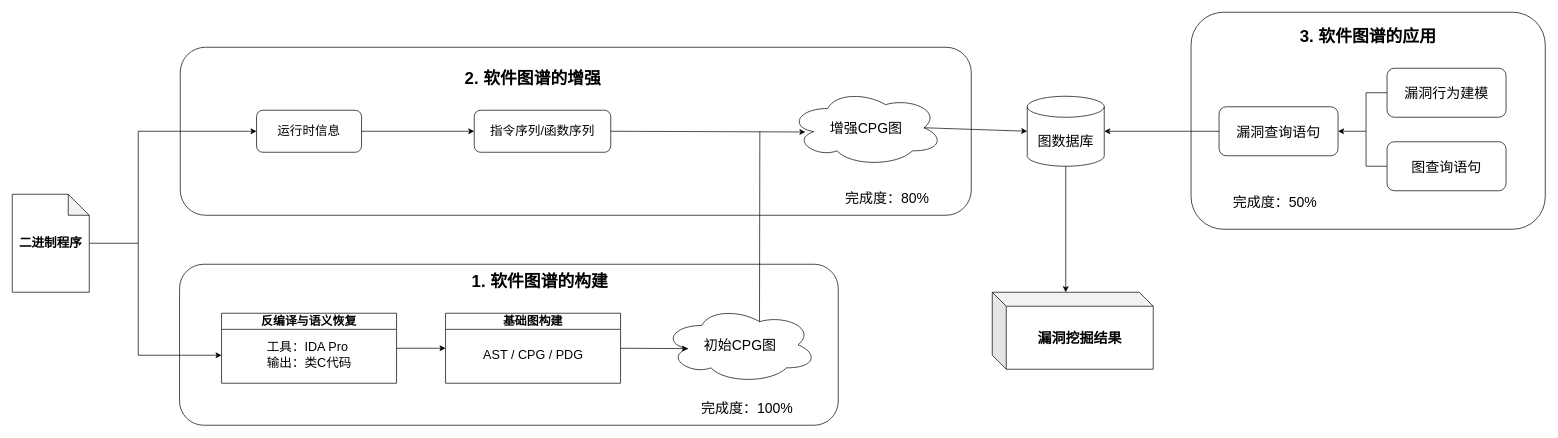
This is MindMap/硕士毕设系统框架-中期.drawio from hourhl/Draw-io, a draw.io file, before an edit. Source tidied: cells renumbered, new cells numbered last; positions are measured from the earlier drawing's top-left corner, leaving out a move shared by most shapes. Both pictures are drawn from the tidied source at 70%, with x=0, y=0 at pixel (12, 12).
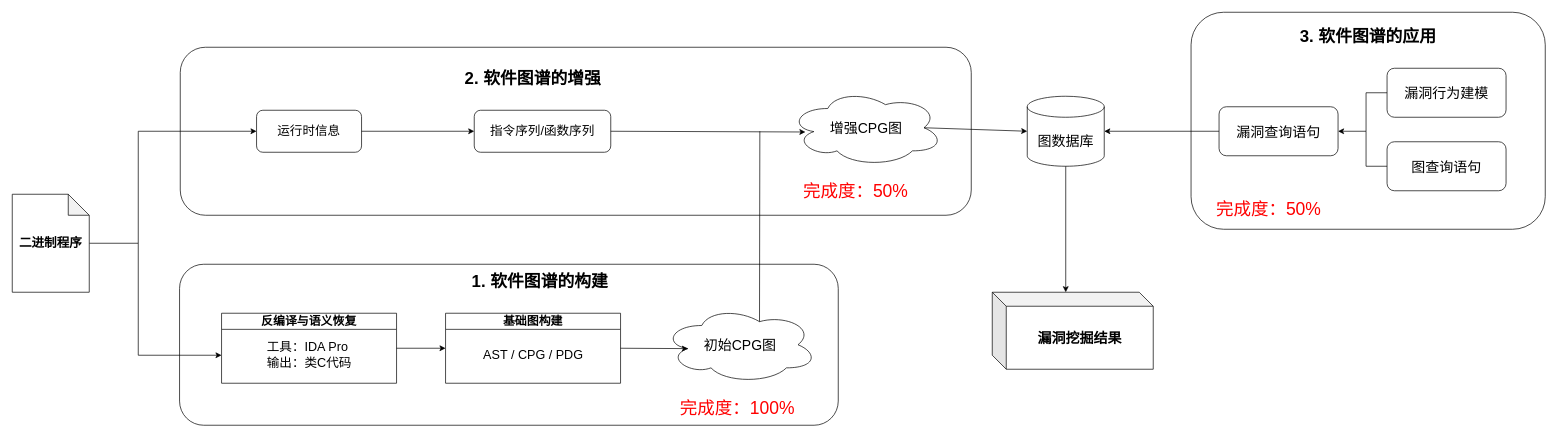
Above is the later version.

Commit message:
更新硕士毕设系统框架-中期.drawio

Change to the diagram source:
```diff
@@
-    <mxCell id="34" value="&lt;font style=&quot;font-size: 20px;&quot;&gt;完成度：100%&lt;/font&gt;" style="text;html=1;whiteSpace=wrap;strokeColor=none;fillColor=none;align=center;verticalAlign=middle;rounded=0;" parent="1" vertex="1">
-      <mxGeometry x="960" y="550" width="180" height="30" as="geometry" />
-    </mxCell>
-    <mxCell id="35" value="&lt;font style=&quot;font-size: 20px;&quot;&gt;完成度：80%&lt;/font&gt;" style="text;html=1;whiteSpace=wrap;strokeColor=none;fillColor=none;align=center;verticalAlign=middle;rounded=0;" parent="1" vertex="1">
-      <mxGeometry x="1160" y="250" width="180" height="30" as="geometry" />
+    <mxCell id="35" value="&lt;font style=&quot;font-size: 25px; color: rgb(255, 0, 0);&quot;&gt;完成度：50%&lt;/font&gt;" style="text;html=1;whiteSpace=wrap;strokeColor=none;fillColor=none;align=center;verticalAlign=middle;rounded=0;" parent="1" vertex="1">
+      <mxGeometry x="1070" y="230" width="270" height="50" as="geometry" />
     </mxCell>
-    <mxCell id="36" value="&lt;font style=&quot;font-size: 20px;&quot;&gt;完成度：50%&lt;/font&gt;" style="text;html=1;whiteSpace=wrap;strokeColor=none;fillColor=none;align=center;verticalAlign=middle;rounded=0;" parent="1" vertex="1">
-      <mxGeometry x="1714" y="255" width="180" height="30" as="geometry" />
+    <mxCell id="36" value="&lt;font style=&quot;font-size: 25px; color: rgb(255, 0, 0);&quot;&gt;完成度：50%&lt;/font&gt;" style="text;html=1;whiteSpace=wrap;strokeColor=none;fillColor=none;align=center;verticalAlign=middle;rounded=0;" parent="1" vertex="1">
+      <mxGeometry x="1660" y="255" width="270" height="50" as="geometry" />
     </mxCell>
+    <mxCell id="34" value="&lt;font style=&quot;font-size: 25px; color: rgb(255, 0, 0);&quot;&gt;完成度：100%&lt;/font&gt;" style="text;html=1;whiteSpace=wrap;strokeColor=none;fillColor=none;align=center;verticalAlign=middle;rounded=0;" parent="1" vertex="1">
+      <mxGeometry x="901" y="540" width="270" height="50" as="geometry" />
+    </mxCell>
```
